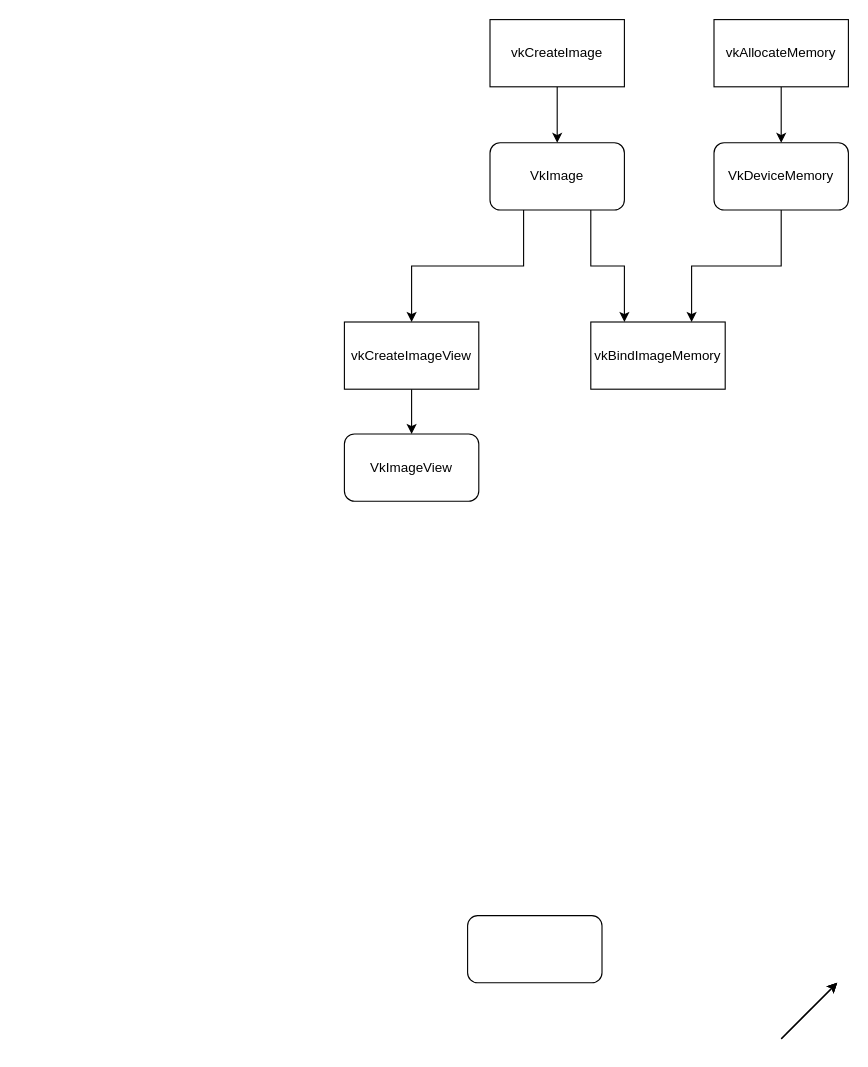
This is page "第 2 页" (2 of 2) of 未命名绘图.drawio from Jason2013/demo, a draw.io file, before an edit. Source tidied: cells renumbered, new cells numbered last; positions are measured from the earlier drawing's top-left corner, leaving out a move shared by most shapes. Both pictures are drawn from the tidied source at 112%, with x=0, y=0 at pixel (344, 19).
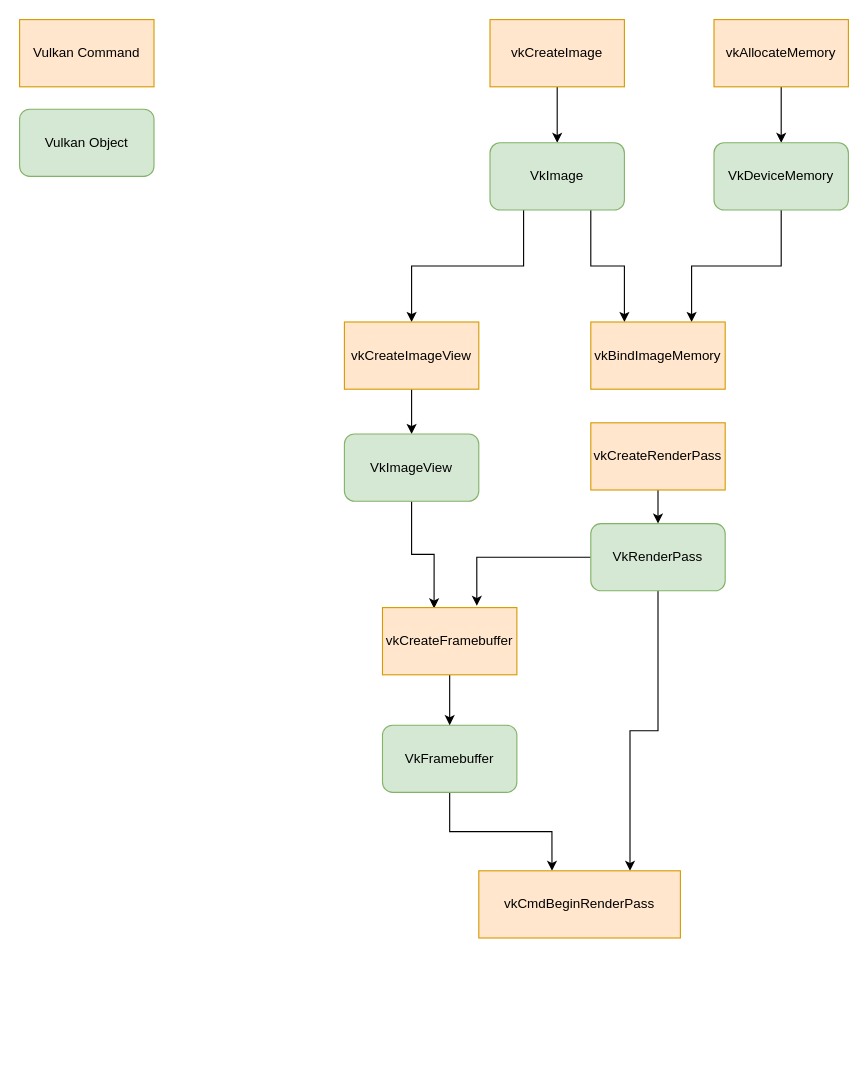
The same diagram, later.

Change to the diagram source:
```diff
@@
-    <mxCell id="3" value="vkAllocateMemory" style="rounded=0;whiteSpace=wrap;html=1;" parent="1" vertex="1">
+    <mxCell id="3" value="vkAllocateMemory" style="rounded=0;whiteSpace=wrap;html=1;fillColor=#ffe6cc;strokeColor=#d79b00;" parent="1" vertex="1">
       <mxGeometry x="330" width="120" height="60" as="geometry" />
     </mxCell>
@@
-    <mxCell id="5" value="vkCreateImage" style="rounded=0;whiteSpace=wrap;html=1;" parent="1" vertex="1">
+    <mxCell id="5" value="vkCreateImage" style="rounded=0;whiteSpace=wrap;html=1;fillColor=#ffe6cc;strokeColor=#d79b00;" parent="1" vertex="1">
       <mxGeometry x="130" width="120" height="60" as="geometry" />
     </mxCell>
@@
-    <mxCell id="8" value="VkImage" style="rounded=1;whiteSpace=wrap;html=1;" parent="1" vertex="1">
+    <mxCell id="8" value="VkImage" style="rounded=1;whiteSpace=wrap;html=1;fillColor=#d5e8d4;strokeColor=#82b366;" parent="1" vertex="1">
       <mxGeometry x="130" y="110" width="120" height="60" as="geometry" />
     </mxCell>
@@
-    <mxCell id="10" value="VkDeviceMemory" style="rounded=1;whiteSpace=wrap;html=1;" parent="1" vertex="1">
+    <mxCell id="10" value="VkDeviceMemory" style="rounded=1;whiteSpace=wrap;html=1;fillColor=#d5e8d4;strokeColor=#82b366;" parent="1" vertex="1">
       <mxGeometry x="330" y="110" width="120" height="60" as="geometry" />
     </mxCell>
+    <mxCell id="19" style="edgeStyle=orthogonalEdgeStyle;rounded=0;jettySize=auto;html=1;exitX=0.5;exitY=1;exitDx=0;exitDy=0;entryX=0.363;entryY=0.001;entryDx=0;entryDy=0;entryPerimeter=0;" parent="1" edge="1" source="11" target="28">
+      <mxGeometry relative="1" as="geometry" />
+    </mxCell>
-    <mxCell id="11" style="rounded=1;whiteSpace=wrap;html=1;" parent="1" vertex="1">
-      <mxGeometry x="110" y="800" width="120" height="60" as="geometry" />
+    <mxCell id="11" value="VkFramebuffer" style="rounded=1;whiteSpace=wrap;html=1;fillColor=#d5e8d4;strokeColor=#82b366;" parent="1" vertex="1">
+      <mxGeometry x="34" y="630" width="120" height="60" as="geometry" />
     </mxCell>
-    <mxCell id="12" value="vkBindImageMemory" style="rounded=0;whiteSpace=wrap;html=1;" parent="1" vertex="1">
+    <mxCell id="12" value="vkBindImageMemory" style="rounded=0;whiteSpace=wrap;html=1;fillColor=#ffe6cc;strokeColor=#d79b00;" parent="1" vertex="1">
       <mxGeometry x="220" y="270" width="120" height="60" as="geometry" />
     </mxCell>
-    <mxCell id="13" style="endArrow=classic;html=1;rounded=0;" parent="1" edge="1">
-      <mxGeometry relative="1" as="geometry">
-        <mxPoint x="390" y="910" as="sourcePoint" />
-        <mxPoint x="440" y="860" as="targetPoint" />
-      </mxGeometry>
-    </mxCell>
@@
-    <mxCell id="15" value="vkCreateImageView" style="rounded=0;whiteSpace=wrap;html=1;" parent="1" vertex="1">
+    <mxCell id="15" value="vkCreateImageView" style="rounded=0;whiteSpace=wrap;html=1;fillColor=#ffe6cc;strokeColor=#d79b00;" parent="1" vertex="1">
       <mxGeometry y="270" width="120" height="60" as="geometry" />
     </mxCell>
-    <mxCell id="16" style="endArrow=classic;html=1;rounded=0;" parent="1" edge="1">
-      <mxGeometry relative="1" as="geometry">
-        <mxPoint x="390" y="910" as="sourcePoint" />
-        <mxPoint x="440" y="860" as="targetPoint" />
-      </mxGeometry>
-    </mxCell>
+    <mxCell id="20" style="edgeStyle=orthogonalEdgeStyle;rounded=0;jettySize=auto;html=1;entryX=0.384;entryY=0.012;entryDx=0;entryDy=0;entryPerimeter=0;" parent="1" edge="1" source="17" target="22">
+      <mxGeometry relative="1" as="geometry" />
+    </mxCell>
-    <mxCell id="17" value="VkImageView" style="rounded=1;whiteSpace=wrap;html=1;" parent="1" vertex="1">
+    <mxCell id="17" value="VkImageView" style="rounded=1;whiteSpace=wrap;html=1;fillColor=#d5e8d4;strokeColor=#82b366;" parent="1" vertex="1">
       <mxGeometry y="370" width="120" height="60" as="geometry" />
     </mxCell>
-    <mxCell id="18" style="endArrow=classic;html=1;rounded=0;" parent="1" edge="1">
-      <mxGeometry relative="1" as="geometry">
-        <mxPoint x="390" y="910" as="sourcePoint" />
-        <mxPoint x="440" y="860" as="targetPoint" />
-      </mxGeometry>
-    </mxCell>
+    <mxCell id="21" style="edgeStyle=orthogonalEdgeStyle;rounded=0;jettySize=auto;html=1;" parent="1" edge="1" source="22" target="11">
+      <mxGeometry relative="1" as="geometry" />
+    </mxCell>
+    <mxCell id="22" value="vkCreateFramebuffer" style="rounded=0;whiteSpace=wrap;html=1;fillColor=#ffe6cc;strokeColor=#d79b00;" parent="1" vertex="1">
+      <mxGeometry x="34" y="525" width="120" height="60" as="geometry" />
+    </mxCell>
+    <mxCell id="23" style="edgeStyle=orthogonalEdgeStyle;rounded=0;jettySize=auto;html=1;" parent="1" edge="1" source="24" target="27">
+      <mxGeometry relative="1" as="geometry" />
+    </mxCell>
+    <mxCell id="24" value="vkCreateRenderPass" style="rounded=0;whiteSpace=wrap;html=1;fillColor=#ffe6cc;strokeColor=#d79b00;" parent="1" vertex="1">
+      <mxGeometry x="220" y="360" width="120" height="60" as="geometry" />
+    </mxCell>
+    <mxCell id="25" style="edgeStyle=orthogonalEdgeStyle;rounded=0;jettySize=auto;html=1;exitX=0;exitY=0.5;exitDx=0;exitDy=0;entryX=0.702;entryY=-0.026;entryDx=0;entryDy=0;entryPerimeter=0;" parent="1" edge="1" source="27" target="22">
+      <mxGeometry relative="1" as="geometry">
+        <Array as="points">
+          <mxPoint x="118" y="480" />
+        </Array>
+      </mxGeometry>
+    </mxCell>
+    <mxCell id="26" style="edgeStyle=orthogonalEdgeStyle;rounded=0;jettySize=auto;html=1;exitX=0.5;exitY=1;exitDx=0;exitDy=0;entryX=0.75;entryY=0;entryDx=0;entryDy=0;" parent="1" edge="1" source="27" target="28">
+      <mxGeometry relative="1" as="geometry" />
+    </mxCell>
+    <mxCell id="27" value="VkRenderPass" style="rounded=1;whiteSpace=wrap;html=1;fillColor=#d5e8d4;strokeColor=#82b366;" parent="1" vertex="1">
+      <mxGeometry x="220" y="450" width="120" height="60" as="geometry" />
+    </mxCell>
+    <mxCell id="28" value="vkCmdBeginRenderPass" style="rounded=0;whiteSpace=wrap;html=1;fillColor=#ffe6cc;strokeColor=#d79b00;" parent="1" vertex="1">
+      <mxGeometry x="120" y="760" width="180" height="60" as="geometry" />
+    </mxCell>
+    <mxCell id="29" value="Vulkan Command" style="rounded=0;whiteSpace=wrap;html=1;fillColor=#ffe6cc;strokeColor=#d79b00;" parent="1" vertex="1">
+      <mxGeometry x="-290" width="120" height="60" as="geometry" />
+    </mxCell>
+    <mxCell id="30" value="Vulkan Object" style="rounded=1;whiteSpace=wrap;html=1;fillColor=#d5e8d4;strokeColor=#82b366;" parent="1" vertex="1">
+      <mxGeometry x="-290" y="80" width="120" height="60" as="geometry" />
+    </mxCell>
```
